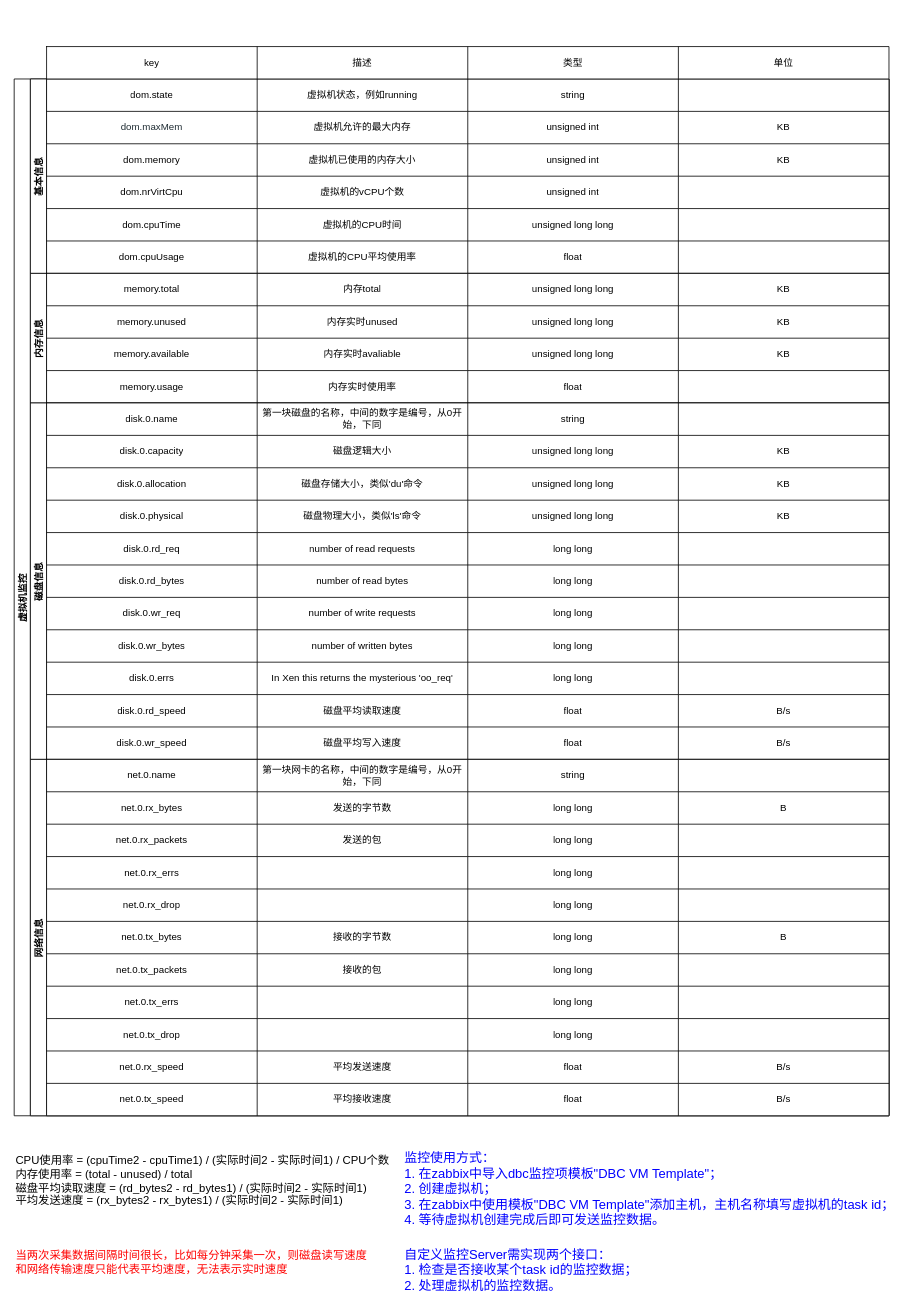
Jerry-se/UML keeps this draw.io diagram as page "Monitor" (8 of 8) of DBC-AIComputingNet.drawio. Above is the earlier version. Source tidied: cells renumbered, new cells numbered last; positions are measured from the earlier drawing's top-left corner, leaving out a move shared by most shapes. Both pictures are drawn from the tidied source at 81%, with x=0, y=0 at pixel (14, 46).
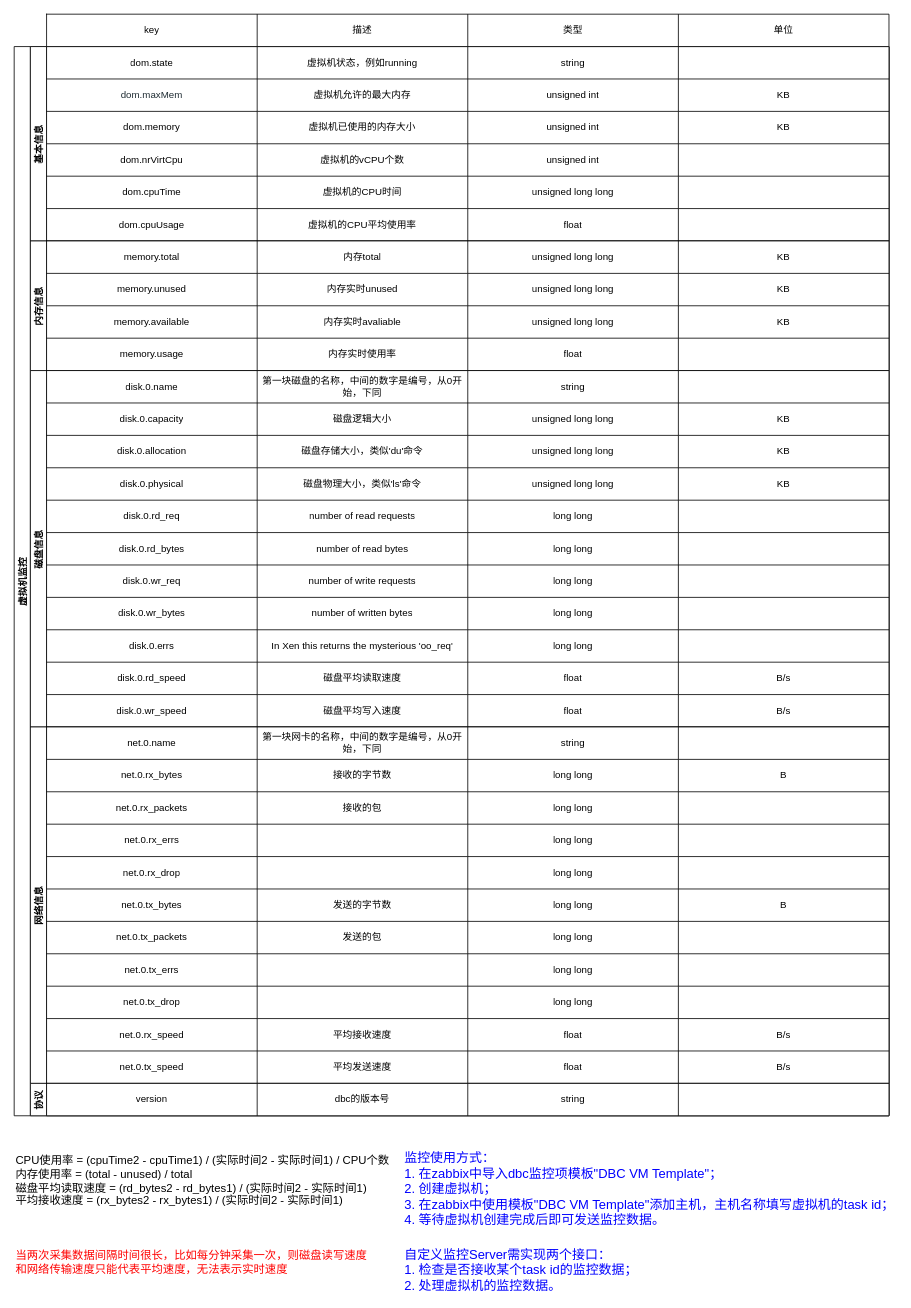
The same diagram, later.

Unchanged cells that the change refers to:
```xml
<mxCell id="121" style="shape=tableRow;horizontal=0;startSize=0;swimlaneHead=0;swimlaneBody=0;top=0;left=0;bottom=0;right=0;fillColor=none;fontFamily=Helvetica;fontSize=12;fontColor=default;strokeColor=default;" parent="115" vertex="1">
  <mxGeometry y="40" width="1040" height="40" as="geometry" />
</mxCell>
<mxCell id="126" style="shape=tableRow;horizontal=0;startSize=0;swimlaneHead=0;swimlaneBody=0;top=0;left=0;bottom=0;right=0;fillColor=none;fontFamily=Helvetica;fontSize=12;fontColor=default;strokeColor=default;" parent="115" vertex="1">
  <mxGeometry y="80" width="1040" height="40" as="geometry" />
</mxCell>
<mxCell id="141" style="shape=tableRow;horizontal=0;startSize=0;swimlaneHead=0;swimlaneBody=0;top=0;left=0;bottom=0;right=0;fillColor=none;fontFamily=Helvetica;fontSize=12;fontColor=default;strokeColor=default;" parent="115" vertex="1">
  <mxGeometry y="200" width="1040" height="40" as="geometry" />
</mxCell>
<mxCell id="146" style="shape=tableRow;horizontal=0;startSize=0;swimlaneHead=0;swimlaneBody=0;top=0;left=0;bottom=0;right=0;fillColor=none;fontFamily=Helvetica;fontSize=12;fontColor=default;strokeColor=default;" parent="115" vertex="1">
  <mxGeometry y="240" width="1040" height="40" as="geometry" />
</mxCell>
<mxCell id="161" style="shape=tableRow;horizontal=0;startSize=0;swimlaneHead=0;swimlaneBody=0;top=0;left=0;bottom=0;right=0;fillColor=none;fontFamily=Helvetica;fontSize=12;fontColor=default;strokeColor=default;" parent="115" vertex="1">
  <mxGeometry y="360" width="1040" height="40" as="geometry" />
</mxCell>
<mxCell id="166" style="shape=tableRow;horizontal=0;startSize=0;swimlaneHead=0;swimlaneBody=0;top=0;left=0;bottom=0;right=0;fillColor=none;fontFamily=Helvetica;fontSize=12;fontColor=default;strokeColor=default;" parent="115" vertex="1">
  <mxGeometry y="400" width="1040" height="40" as="geometry" />
</mxCell>
```

Change to the diagram source:
```diff
@@
     <mxCell id="2" value="虚拟机监控" style="swimlane;horizontal=0;startSize=20;fontFamily=Helvetica;fontSize=12;fontColor=default;strokeColor=default;fillColor=default;" parent="1" vertex="1">
-      <mxGeometry y="40" width="1080" height="1280" as="geometry" />
+      <mxGeometry width="1080" height="1320" as="geometry" />
     </mxCell>
@@
-    <mxCell id="123" value="发送的字节数" style="shape=partialRectangle;html=1;whiteSpace=wrap;overflow=hidden;fillColor=none;top=0;left=0;bottom=0;right=0;fontFamily=Helvetica;fontSize=12;fontColor=default;startSize=30;strokeColor=default;" parent="121" vertex="1">
+    <mxCell id="123" value="接收的字节数" style="shape=partialRectangle;html=1;whiteSpace=wrap;overflow=hidden;fillColor=none;top=0;left=0;bottom=0;right=0;fontFamily=Helvetica;fontSize=12;fontColor=default;startSize=30;strokeColor=default;" parent="121" vertex="1">
       <mxGeometry x="260" width="260" height="40" as="geometry" />
     </mxCell>
@@
-    <mxCell id="128" value="发送的包" style="shape=partialRectangle;html=1;whiteSpace=wrap;overflow=hidden;fillColor=none;top=0;left=0;bottom=0;right=0;fontFamily=Helvetica;fontSize=12;fontColor=default;startSize=30;strokeColor=default;" parent="126" vertex="1">
+    <mxCell id="128" value="接收的包" style="shape=partialRectangle;html=1;whiteSpace=wrap;overflow=hidden;fillColor=none;top=0;left=0;bottom=0;right=0;fontFamily=Helvetica;fontSize=12;fontColor=default;startSize=30;strokeColor=default;" parent="126" vertex="1">
       <mxGeometry x="260" width="260" height="40" as="geometry" />
     </mxCell>
@@
-    <mxCell id="143" value="接收的字节数" style="shape=partialRectangle;html=1;whiteSpace=wrap;overflow=hidden;fillColor=none;top=0;left=0;bottom=0;right=0;fontFamily=Helvetica;fontSize=12;fontColor=default;startSize=30;strokeColor=default;" parent="141" vertex="1">
+    <mxCell id="143" value="发送的字节数" style="shape=partialRectangle;html=1;whiteSpace=wrap;overflow=hidden;fillColor=none;top=0;left=0;bottom=0;right=0;fontFamily=Helvetica;fontSize=12;fontColor=default;startSize=30;strokeColor=default;" parent="141" vertex="1">
       <mxGeometry x="260" width="260" height="40" as="geometry" />
     </mxCell>
@@
-    <mxCell id="148" value="接收的包" style="shape=partialRectangle;html=1;whiteSpace=wrap;overflow=hidden;fillColor=none;top=0;left=0;bottom=0;right=0;fontFamily=Helvetica;fontSize=12;fontColor=default;startSize=30;strokeColor=default;" parent="146" vertex="1">
+    <mxCell id="148" value="发送的包" style="shape=partialRectangle;html=1;whiteSpace=wrap;overflow=hidden;fillColor=none;top=0;left=0;bottom=0;right=0;fontFamily=Helvetica;fontSize=12;fontColor=default;startSize=30;strokeColor=default;" parent="146" vertex="1">
       <mxGeometry x="260" width="260" height="40" as="geometry" />
     </mxCell>
@@
-    <mxCell id="163" value="平均发送速度" style="shape=partialRectangle;html=1;whiteSpace=wrap;overflow=hidden;fillColor=none;top=0;left=0;bottom=0;right=0;fontFamily=Helvetica;fontSize=12;fontColor=default;startSize=30;strokeColor=default;" parent="161" vertex="1">
+    <mxCell id="163" value="平均接收速度" style="shape=partialRectangle;html=1;whiteSpace=wrap;overflow=hidden;fillColor=none;top=0;left=0;bottom=0;right=0;fontFamily=Helvetica;fontSize=12;fontColor=default;startSize=30;strokeColor=default;" parent="161" vertex="1">
       <mxGeometry x="260" width="260" height="40" as="geometry" />
     </mxCell>
@@
-    <mxCell id="168" value="平均接收速度" style="shape=partialRectangle;html=1;whiteSpace=wrap;overflow=hidden;fillColor=none;top=0;left=0;bottom=0;right=0;fontFamily=Helvetica;fontSize=12;fontColor=default;startSize=30;strokeColor=default;" parent="166" vertex="1">
+    <mxCell id="168" value="平均发送速度" style="shape=partialRectangle;html=1;whiteSpace=wrap;overflow=hidden;fillColor=none;top=0;left=0;bottom=0;right=0;fontFamily=Helvetica;fontSize=12;fontColor=default;startSize=30;strokeColor=default;" parent="166" vertex="1">
       <mxGeometry x="260" width="260" height="40" as="geometry" />
     </mxCell>
@@
+    <mxCell id="181" value="协议" style="swimlane;startSize=20;horizontal=0;fontFamily=Helvetica;fontSize=12;fontColor=default;strokeColor=default;fillColor=default;" parent="2" vertex="1">
+      <mxGeometry x="20" y="1280" width="1060" height="40" as="geometry" />
+    </mxCell>
+    <mxCell id="182" style="shape=table;startSize=0;childLayout=tableLayout;fontFamily=Helvetica;fontSize=12;fontColor=default;strokeColor=default;fillColor=default;" parent="181" vertex="1">
+      <mxGeometry x="20" width="1040" height="40" as="geometry" />
+    </mxCell>
+    <mxCell id="183" style="shape=tableRow;horizontal=0;startSize=0;swimlaneHead=0;swimlaneBody=0;top=0;left=0;bottom=0;right=0;fillColor=none;fontFamily=Helvetica;fontSize=12;fontColor=default;strokeColor=default;" parent="182" vertex="1">
+      <mxGeometry width="1040" height="40" as="geometry" />
+    </mxCell>
+    <mxCell id="184" value="&lt;div&gt;&lt;span&gt; &lt;/span&gt;&lt;/div&gt;&lt;div&gt;version&lt;/div&gt;" style="shape=partialRectangle;html=1;whiteSpace=wrap;overflow=hidden;fillColor=none;top=0;left=0;bottom=0;right=0;fontFamily=Helvetica;fontSize=12;fontColor=default;startSize=30;strokeColor=default;" parent="183" vertex="1">
+      <mxGeometry width="260" height="40" as="geometry" />
+    </mxCell>
+    <mxCell id="185" value="&lt;span&gt;dbc的版本号&lt;/span&gt;" style="shape=partialRectangle;html=1;whiteSpace=wrap;overflow=hidden;fillColor=none;top=0;left=0;bottom=0;right=0;fontFamily=Helvetica;fontSize=12;fontColor=default;startSize=30;strokeColor=default;" parent="183" vertex="1">
+      <mxGeometry x="260" width="260" height="40" as="geometry" />
+    </mxCell>
+    <mxCell id="186" value="string" style="shape=partialRectangle;html=1;whiteSpace=wrap;overflow=hidden;fillColor=none;top=0;left=0;bottom=0;right=0;fontFamily=Helvetica;fontSize=12;fontColor=default;startSize=30;strokeColor=default;" parent="183" vertex="1">
+      <mxGeometry x="520" width="260" height="40" as="geometry" />
+    </mxCell>
+    <mxCell id="187" style="shape=partialRectangle;html=1;whiteSpace=wrap;overflow=hidden;fillColor=none;top=0;left=0;bottom=0;right=0;fontFamily=Helvetica;fontSize=12;fontColor=default;startSize=30;strokeColor=default;" parent="183" vertex="1">
+      <mxGeometry x="780" width="260" height="40" as="geometry" />
+    </mxCell>
     <mxCell id="171" style="shape=table;startSize=0;childLayout=tableLayout;fontFamily=Helvetica;fontSize=12;fontColor=default;strokeColor=default;fillColor=default;" parent="1" vertex="1">
-      <mxGeometry x="40" width="1040" height="40" as="geometry" />
+      <mxGeometry x="40" y="-40" width="1040" height="40" as="geometry" />
     </mxCell>
@@
-    <mxCell id="177" value="CPU使用率 = (cpuTime2 - cpuTime1) / (实际时间2 - 实际时间1) / CPU个数&lt;br style=&quot;font-size: 14px;&quot;&gt;&lt;span style=&quot;text-align: center; font-size: 14px;&quot;&gt;内存使用率 = (total - unused) / total&lt;br style=&quot;font-size: 14px;&quot;&gt;&lt;/span&gt;&lt;span style=&quot;text-align: center; font-size: 14px;&quot;&gt;磁盘平均读取速度 = (rd_bytes2 - rd_bytes1) / (实际时间2 - 实际时间1)&lt;br style=&quot;font-size: 14px;&quot;&gt;&lt;/span&gt;&lt;span style=&quot;text-align: center; font-size: 14px;&quot;&gt;平均发送速度 = (rx_bytes2 - rx_bytes1) / (实际时间2 - 实际时间1)&lt;br style=&quot;font-size: 14px;&quot;&gt;&lt;/span&gt;" style="text;html=1;strokeColor=none;fillColor=none;align=left;verticalAlign=middle;whiteSpace=wrap;rounded=0;fontFamily=Helvetica;fontSize=14;fontColor=default;startSize=30;" parent="1" vertex="1">
+    <mxCell id="177" value="CPU使用率 = (cpuTime2 - cpuTime1) / (实际时间2 - 实际时间1) / CPU个数&lt;br style=&quot;font-size: 14px&quot;&gt;&lt;span style=&quot;text-align: center ; font-size: 14px&quot;&gt;内存使用率 = (total - unused) / total&lt;br style=&quot;font-size: 14px&quot;&gt;&lt;/span&gt;&lt;span style=&quot;text-align: center ; font-size: 14px&quot;&gt;磁盘平均读取速度 = (rd_bytes2 - rd_bytes1) / (实际时间2 - 实际时间1)&lt;br style=&quot;font-size: 14px&quot;&gt;&lt;/span&gt;&lt;span style=&quot;text-align: center ; font-size: 14px&quot;&gt;平均接收速度 = (rx_bytes2 - rx_bytes1) / (实际时间2 - 实际时间1)&lt;br style=&quot;font-size: 14px&quot;&gt;&lt;/span&gt;" style="text;html=1;strokeColor=none;fillColor=none;align=left;verticalAlign=middle;whiteSpace=wrap;rounded=0;fontFamily=Helvetica;fontSize=14;fontColor=default;startSize=30;" parent="1" vertex="1">
       <mxGeometry y="1360" width="470" height="80" as="geometry" />
     </mxCell>
```
